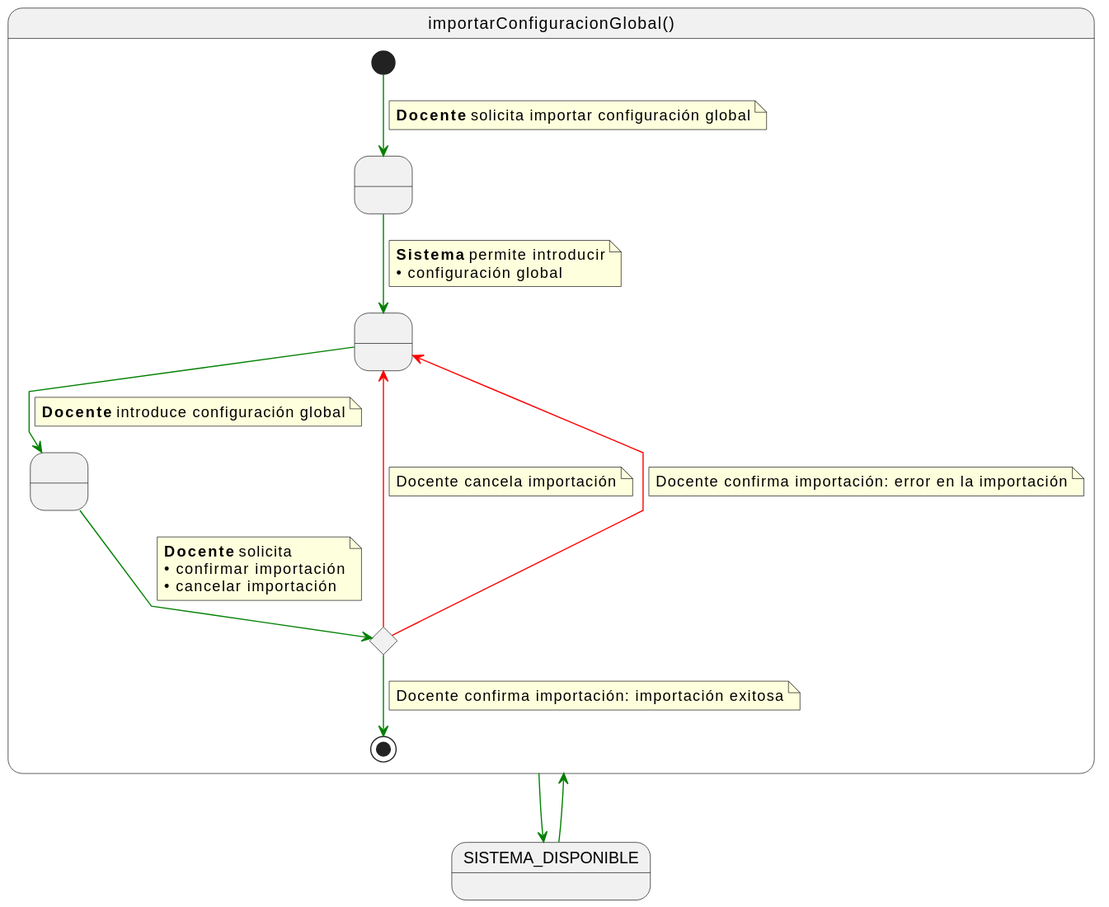
Above: documents/casos-de-uso/detalladoCasosDeUso/importarConfiguracionGlobal/importarConfiguracionGlobal.svg in martinlopez7/25-26-IdSw1-SdR (PlantUML), before the change.
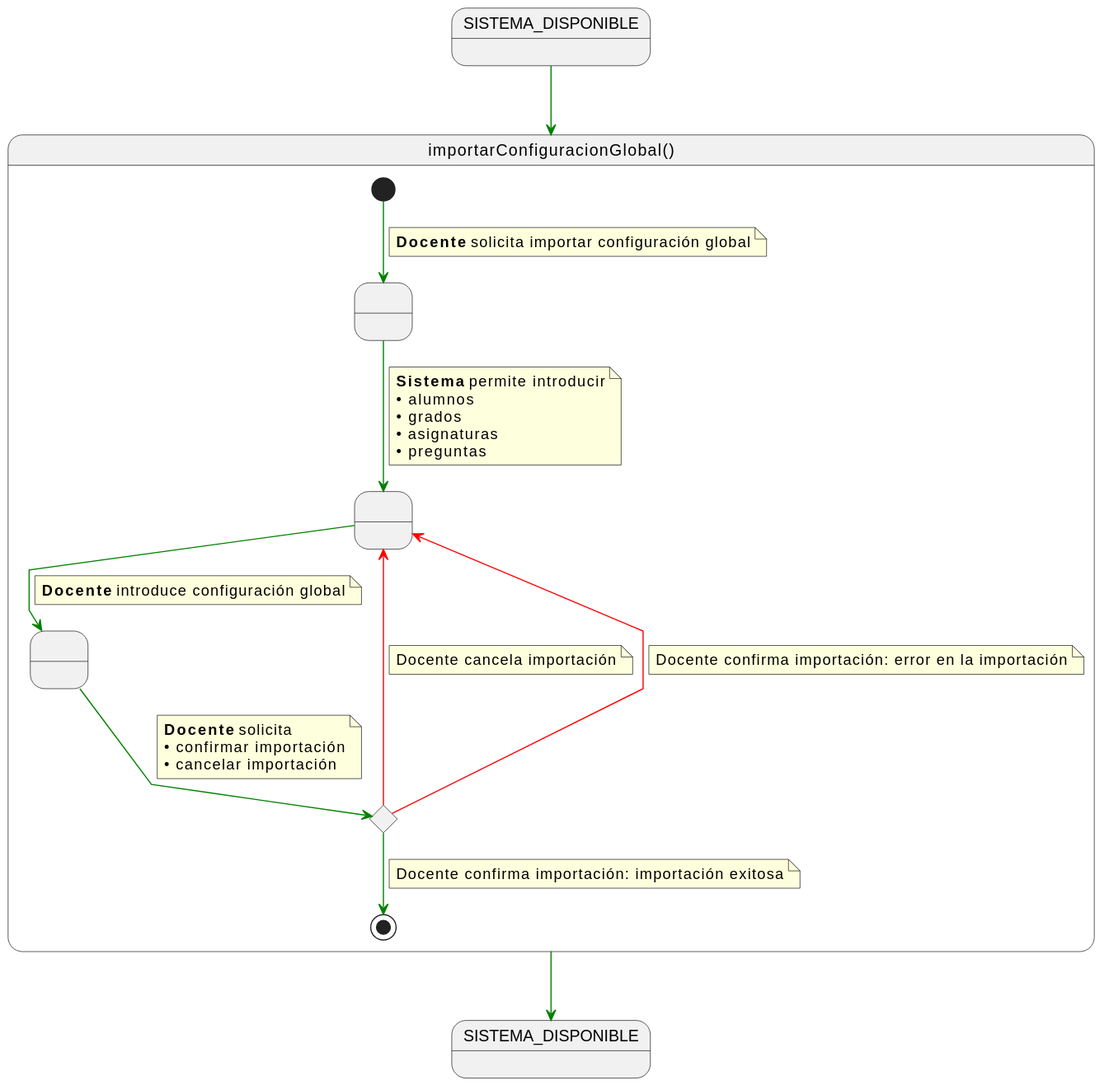
After the change.

Change to the diagram source:
```diff
@@ -1,5 +1,7 @@
 @startuml
 skinparam linetype polyline
+
+state SISTEMA_DISPONIBLE2 as "SISTEMA_DISPONIBLE"
 
 state importarConfiguracionGlobal as "importarConfiguracionGlobal()" {
 
@@ -16,7 +18,10 @@
     RequiringGlobalConfigurationImport -[#green]-> ProvidingGlobalConfiguration
     note on link
     <b>Sistema</b> permite introducir
-    • configuración global
+    • alumnos
+    • grados
+    • asignaturas
+    • preguntas
     end note
 
     ProvidingGlobalConfiguration -[#green]-> ProvidingConfirmation
@@ -49,5 +54,5 @@
 
 SISTEMA_DISPONIBLE -[#green]-> importarConfiguracionGlobal
 
-importarConfiguracionGlobal -[#green]-> SISTEMA_DISPONIBLE
+importarConfiguracionGlobal -[#green]-> SISTEMA_DISPONIBLE2
 @enduml
```
